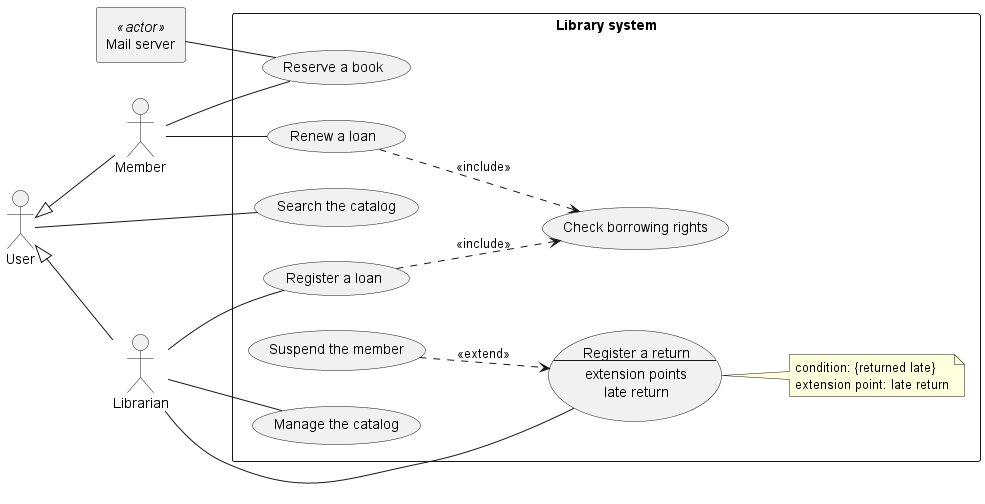
Above: docs/uml/use-cases.png in salsabeelda/tp2-library (PlantUML), before the change. Source of this version:
```plantuml
@startuml
left to right direction

actor User
actor Member
actor Librarian
rectangle "Mail server" as Mail <<actor>>

User <|-- Member
User <|-- Librarian

rectangle "Library system" {

    usecase "Search the catalog" as Search
    usecase "Reserve a book" as Reserve
    usecase "Renew a loan" as Renew
     usecase "Register a loan" as Lend
    usecase "Check borrowing rights" as Check

    usecase Return as "Register a return
    --
    extension points
    late return"

    usecase "Suspend the member" as Suspend
    usecase "Manage the catalog" as Manage

    Renew ..> Check : <<include>>
    Lend ..> Check : <<include>>

    Suspend ..> Return : <<extend>>

    note right of Return
        condition: {returned late}
        extension point: late return
    end note
}

User -- Search

Member -- Reserve
Member -- Renew

Librarian -- Lend
Librarian -- Return
Librarian -- Manage

Mail -- Reserve

@enduml
```
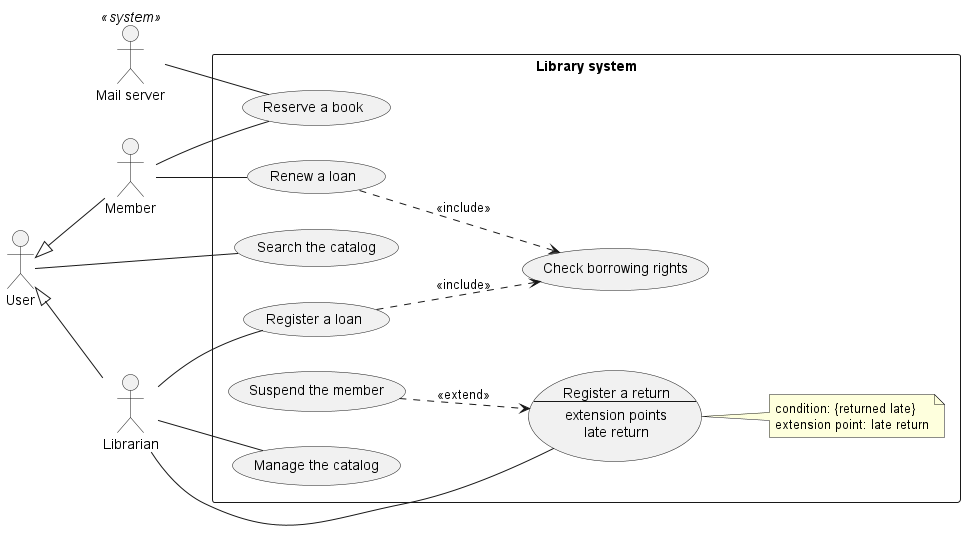
The same file after the commit.

Diff of the diagram source:
```diff
@@ -4,7 +4,7 @@
 actor User
 actor Member
 actor Librarian
-rectangle "Mail server" as Mail <<actor>>
+actor "Mail server" as Mail <<system>>
 
 User <|-- Member
 User <|-- Librarian
@@ -14,7 +14,7 @@
     usecase "Search the catalog" as Search
     usecase "Reserve a book" as Reserve
     usecase "Renew a loan" as Renew
-     usecase "Register a loan" as Lend
+    usecase "Register a loan" as Lend
     usecase "Check borrowing rights" as Check
 
     usecase Return as "Register a return
```
